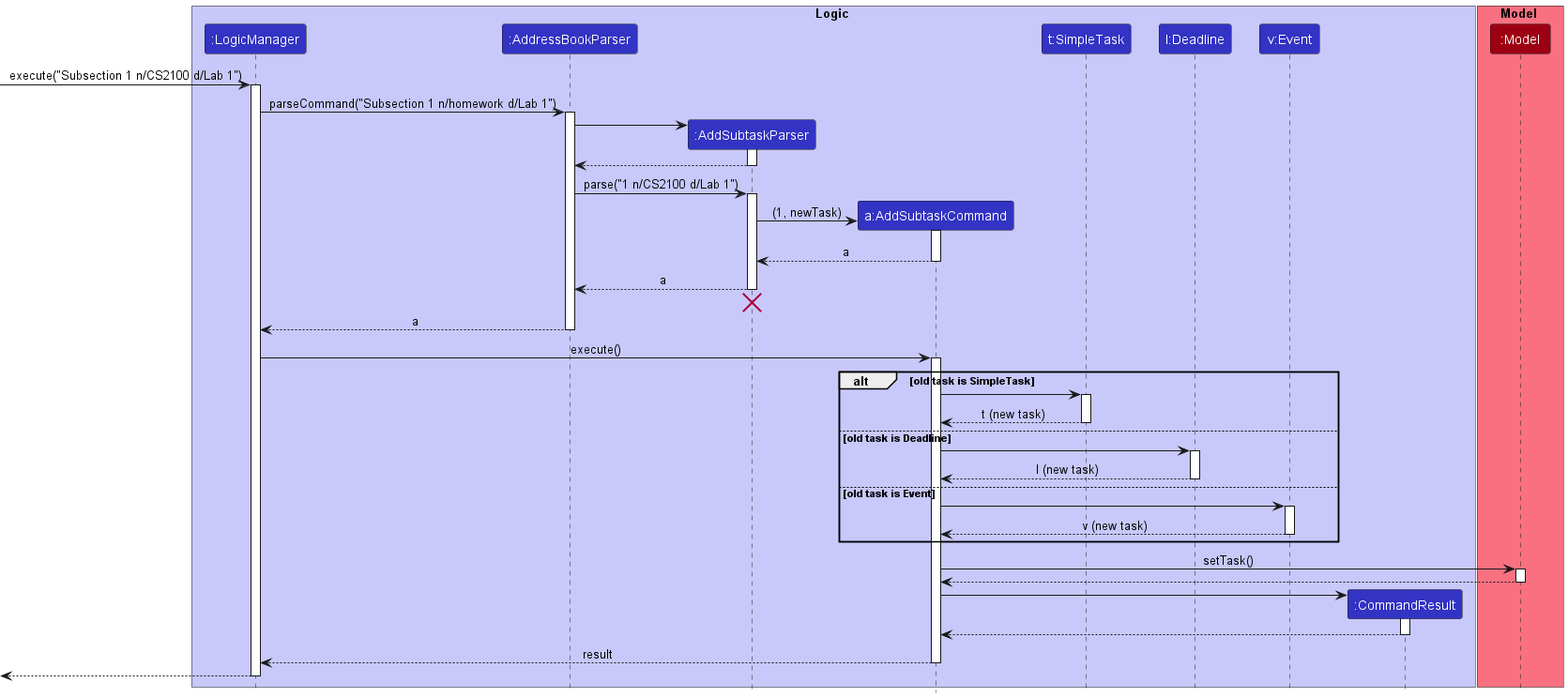
Before: docs/images/SubsectionSequenceDiagram.png, a diagram exported from PlantUML (nus-cs2103-AY2223S2/tp). Its diagram source:
```plantuml
@startuml
!include style.puml

box Logic LOGIC_COLOR_T1
participant ":LogicManager" as LogicManager LOGIC_COLOR
participant ":AddressBookParser" as AddressBookParser LOGIC_COLOR
participant ":AddSubtaskParser" as AddSubtaskParser LOGIC_COLOR
participant "a:AddSubtaskCommand" as AddSubtaskCommand LOGIC_COLOR
participant "t:SimpleTask" as SimpleTask LOGIC_COLOR
participant "l:Deadline" as Deadline LOGIC_COLOR
participant "v:Event" as Event LOGIC_COLOR
participant ":CommandResult" as CommandResult LOGIC_COLOR


end box

box Model MODEL_COLOR_T1
participant ":Model" as Model MODEL_COLOR
end box

[-> LogicManager : execute("Subsection 1 n/CS2100 d/Lab 1")
activate LogicManager

LogicManager -> AddressBookParser : parseCommand("Subsection 1 n/homework d/Lab 1")
activate AddressBookParser

create AddSubtaskParser
AddressBookParser -> AddSubtaskParser
activate AddSubtaskParser

AddSubtaskParser --> AddressBookParser
deactivate AddSubtaskParser

AddressBookParser -> AddSubtaskParser : parse("1 n/CS2100 d/Lab 1")
activate AddSubtaskParser

create AddSubtaskCommand
AddSubtaskParser -> AddSubtaskCommand : (1, newTask)
activate AddSubtaskCommand

AddSubtaskCommand --> AddSubtaskParser : a
deactivate AddSubtaskCommand

AddSubtaskParser --> AddressBookParser : a
deactivate AddSubtaskParser
AddSubtaskParser -[hidden]-> AddressBookParser
destroy AddSubtaskParser

AddressBookParser --> LogicManager : a
deactivate AddressBookParser

LogicManager -> AddSubtaskCommand : execute()
activate AddSubtaskCommand

alt old task is SimpleTask

    AddSubtaskCommand -> SimpleTask
    activate SimpleTask

    SimpleTask --> AddSubtaskCommand : t (new task)
    deactivate SimpleTask

else old task is Deadline
    AddSubtaskCommand -> Deadline
    activate Deadline

    Deadline --> AddSubtaskCommand : l (new task)
    deactivate Deadline

else old task is Event
    AddSubtaskCommand -> Event
    activate Event

    Event --> AddSubtaskCommand : v (new task)
    deactivate Event
end

AddSubtaskCommand -> Model : setTask()
activate Model

Model --> AddSubtaskCommand
deactivate Model

create CommandResult
AddSubtaskCommand -> CommandResult
activate CommandResult

CommandResult --> AddSubtaskCommand
deactivate CommandResult

AddSubtaskCommand --> LogicManager : result
deactivate AddSubtaskCommand

[<--LogicManager
deactivate LogicManager
@enduml
```
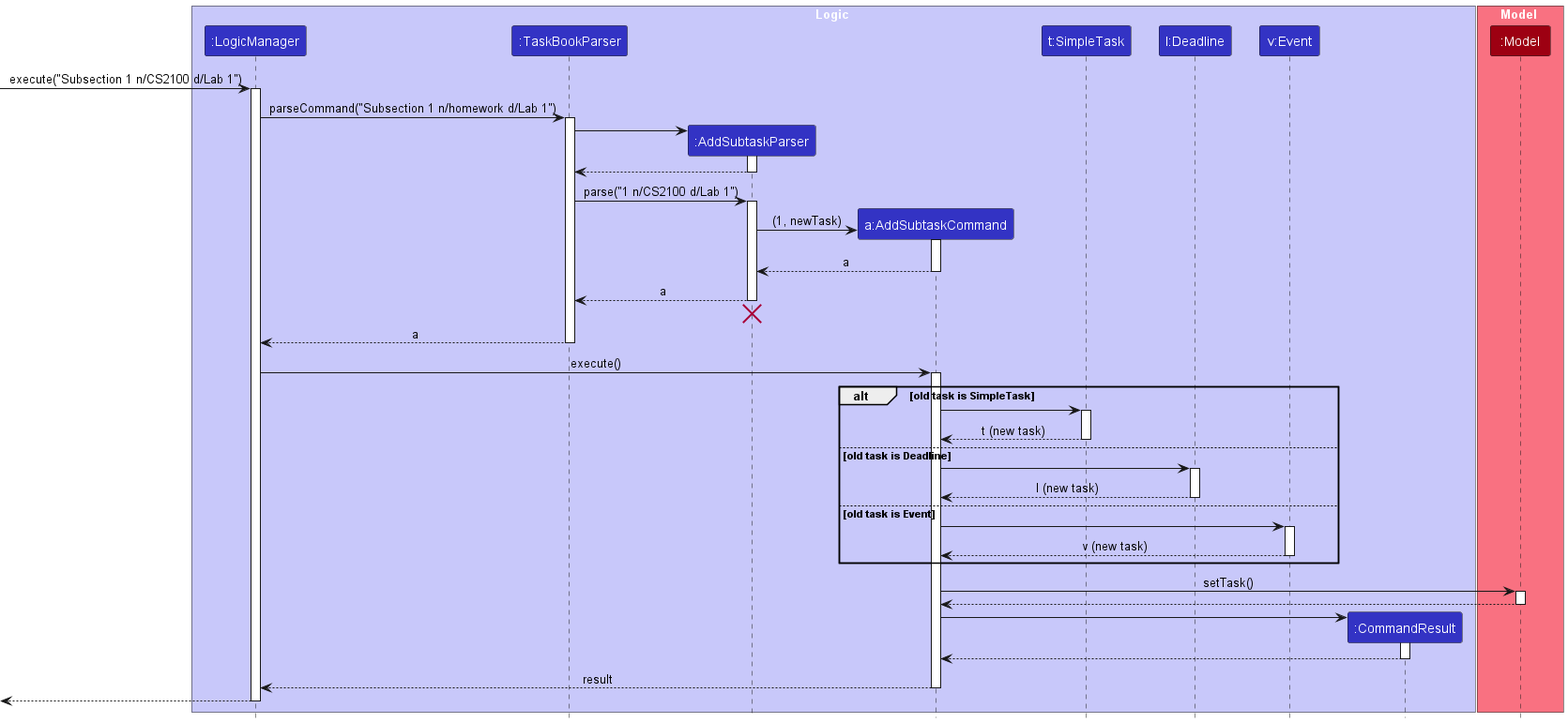
The same file after the commit.

The edit, as a diff of the source:
```diff
@@ -3,7 +3,7 @@
 
 box Logic LOGIC_COLOR_T1
 participant ":LogicManager" as LogicManager LOGIC_COLOR
-participant ":AddressBookParser" as AddressBookParser LOGIC_COLOR
+participant ":TaskBookParser" as TaskBookParser LOGIC_COLOR
 participant ":AddSubtaskParser" as AddSubtaskParser LOGIC_COLOR
 participant "a:AddSubtaskCommand" as AddSubtaskCommand LOGIC_COLOR
 participant "t:SimpleTask" as SimpleTask LOGIC_COLOR
@@ -21,17 +21,17 @@
 [-> LogicManager : execute("Subsection 1 n/CS2100 d/Lab 1")
 activate LogicManager
 
-LogicManager -> AddressBookParser : parseCommand("Subsection 1 n/homework d/Lab 1")
-activate AddressBookParser
+LogicManager -> TaskBookParser : parseCommand("Subsection 1 n/homework d/Lab 1")
+activate TaskBookParser
 
 create AddSubtaskParser
-AddressBookParser -> AddSubtaskParser
+TaskBookParser -> AddSubtaskParser
 activate AddSubtaskParser
 
-AddSubtaskParser --> AddressBookParser
+AddSubtaskParser --> TaskBookParser
 deactivate AddSubtaskParser
 
-AddressBookParser -> AddSubtaskParser : parse("1 n/CS2100 d/Lab 1")
+TaskBookParser -> AddSubtaskParser : parse("1 n/CS2100 d/Lab 1")
 activate AddSubtaskParser
 
 create AddSubtaskCommand
@@ -41,13 +41,13 @@
 AddSubtaskCommand --> AddSubtaskParser : a
 deactivate AddSubtaskCommand
 
-AddSubtaskParser --> AddressBookParser : a
+AddSubtaskParser --> TaskBookParser : a
 deactivate AddSubtaskParser
-AddSubtaskParser -[hidden]-> AddressBookParser
+AddSubtaskParser -[hidden]-> TaskBookParser
 destroy AddSubtaskParser
 
-AddressBookParser --> LogicManager : a
-deactivate AddressBookParser
+TaskBookParser --> LogicManager : a
+deactivate TaskBookParser
 
 LogicManager -> AddSubtaskCommand : execute()
 activate AddSubtaskCommand
```
